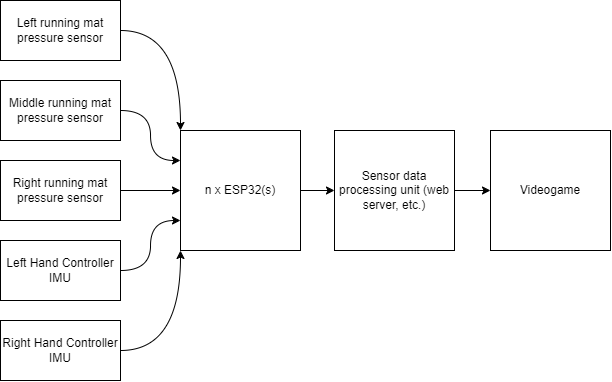
This is Drawing, Sketching, Planning/JnRI-Basic Architecture.png from Flex-Falk/Jump-n-Run-It, a draw.io export, as it was before one commit. Source tidied: cells renumbered, new cells last; positions are measured from the earlier drawing's top-left corner, leaving out a move shared by most shapes.
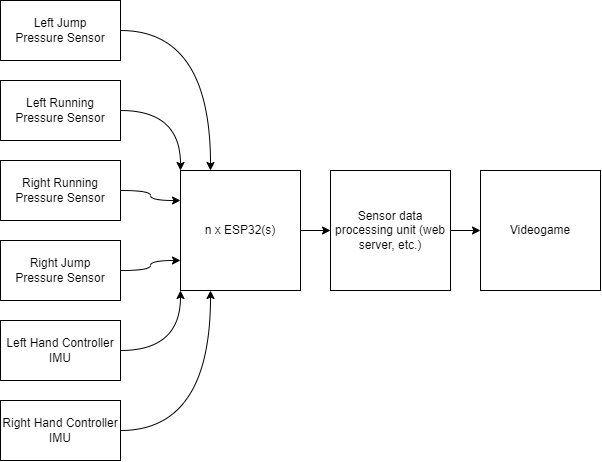
After the commit.

The edit, as a diff of the source:
```diff
@@ -2,50 +2,56 @@
   <root>
     <mxCell id="0" />
     <mxCell id="1" parent="0" />
-    <mxCell id="2" style="edgeStyle=orthogonalEdgeStyle;rounded=0;jettySize=auto;html=1;exitX=1;exitY=0.5;exitDx=0;exitDy=0;entryX=0;entryY=0;entryDx=0;entryDy=0;curved=1;" parent="1" edge="1" source="3" target="13">
+    <mxCell id="2" style="edgeStyle=orthogonalEdgeStyle;rounded=0;jettySize=auto;html=1;exitX=1;exitY=0.5;exitDx=0;exitDy=0;entryX=0.25;entryY=0;entryDx=0;entryDy=0;curved=1;" parent="1" edge="1" source="3" target="13">
       <mxGeometry relative="1" as="geometry" />
     </mxCell>
-    <mxCell id="3" value="Left running mat&lt;div&gt;pressure sensor&lt;br&gt;&lt;/div&gt;" style="rounded=0;whiteSpace=wrap;html=1;" parent="1" vertex="1">
+    <mxCell id="3" value="Left Jump&lt;div&gt;Pressure Sensor&lt;br&gt;&lt;/div&gt;" style="rounded=0;whiteSpace=wrap;html=1;" parent="1" vertex="1">
       <mxGeometry width="120" height="60" as="geometry" />
     </mxCell>
-    <mxCell id="4" style="edgeStyle=orthogonalEdgeStyle;rounded=0;jettySize=auto;html=1;exitX=1;exitY=0.5;exitDx=0;exitDy=0;entryX=0;entryY=0.5;entryDx=0;entryDy=0;curved=1;" parent="1" edge="1" source="5" target="13">
+    <mxCell id="4" style="edgeStyle=orthogonalEdgeStyle;rounded=0;jettySize=auto;html=1;exitX=1;exitY=0.5;exitDx=0;exitDy=0;entryX=0;entryY=0.25;entryDx=0;entryDy=0;curved=1;" parent="1" edge="1" source="5" target="13">
       <mxGeometry relative="1" as="geometry" />
     </mxCell>
-    <mxCell id="5" value="Right running mat&lt;div&gt;pressure sensor&lt;/div&gt;" style="rounded=0;whiteSpace=wrap;html=1;" parent="1" vertex="1">
+    <mxCell id="5" value="Right Running&lt;div style=&quot;border-color: var(--border-color);&quot;&gt;Pressure Sensor&lt;br&gt;&lt;/div&gt;" style="rounded=0;whiteSpace=wrap;html=1;" parent="1" vertex="1">
       <mxGeometry y="160" width="120" height="60" as="geometry" />
     </mxCell>
-    <mxCell id="6" style="edgeStyle=orthogonalEdgeStyle;rounded=0;jettySize=auto;html=1;exitX=1;exitY=0.5;exitDx=0;exitDy=0;entryX=0;entryY=0.25;entryDx=0;entryDy=0;curved=1;" parent="1" edge="1" source="7" target="13">
+    <mxCell id="6" style="edgeStyle=orthogonalEdgeStyle;rounded=0;jettySize=auto;html=1;exitX=1;exitY=0.5;exitDx=0;exitDy=0;entryX=0;entryY=0;entryDx=0;entryDy=0;curved=1;" parent="1" edge="1" source="7" target="13">
       <mxGeometry relative="1" as="geometry" />
     </mxCell>
-    <mxCell id="7" value="Middle running mat&lt;div&gt;pressure sensor&lt;br&gt;&lt;/div&gt;" style="rounded=0;whiteSpace=wrap;html=1;" parent="1" vertex="1">
+    <mxCell id="7" value="Left Running&lt;div&gt;Pressure Sensor&lt;br&gt;&lt;/div&gt;" style="rounded=0;whiteSpace=wrap;html=1;" parent="1" vertex="1">
       <mxGeometry y="80" width="120" height="60" as="geometry" />
     </mxCell>
-    <mxCell id="8" style="edgeStyle=orthogonalEdgeStyle;rounded=0;jettySize=auto;html=1;exitX=1;exitY=0.5;exitDx=0;exitDy=0;entryX=0;entryY=1;entryDx=0;entryDy=0;curved=1;" parent="1" edge="1" source="9" target="13">
+    <mxCell id="8" style="edgeStyle=orthogonalEdgeStyle;rounded=0;jettySize=auto;html=1;exitX=1;exitY=0.5;exitDx=0;exitDy=0;entryX=0.25;entryY=1;entryDx=0;entryDy=0;curved=1;" parent="1" edge="1" source="9" target="13">
       <mxGeometry relative="1" as="geometry" />
     </mxCell>
     <mxCell id="9" value="Right Hand Controller IMU" style="rounded=0;whiteSpace=wrap;html=1;" parent="1" vertex="1">
-      <mxGeometry y="320" width="120" height="60" as="geometry" />
+      <mxGeometry y="400" width="120" height="60" as="geometry" />
     </mxCell>
-    <mxCell id="10" style="edgeStyle=orthogonalEdgeStyle;rounded=0;jettySize=auto;html=1;exitX=1;exitY=0.5;exitDx=0;exitDy=0;entryX=0;entryY=0.75;entryDx=0;entryDy=0;curved=1;" parent="1" edge="1" source="11" target="13">
+    <mxCell id="10" style="edgeStyle=orthogonalEdgeStyle;rounded=0;jettySize=auto;html=1;exitX=1;exitY=0.5;exitDx=0;exitDy=0;entryX=0;entryY=1;entryDx=0;entryDy=0;curved=1;" parent="1" edge="1" source="11" target="13">
       <mxGeometry relative="1" as="geometry" />
     </mxCell>
     <mxCell id="11" value="Left Hand Controller IMU" style="rounded=0;whiteSpace=wrap;html=1;" parent="1" vertex="1">
-      <mxGeometry y="240" width="120" height="60" as="geometry" />
+      <mxGeometry y="320" width="120" height="60" as="geometry" />
     </mxCell>
     <mxCell id="12" style="edgeStyle=orthogonalEdgeStyle;rounded=0;jettySize=auto;html=1;exitX=1;exitY=0.5;exitDx=0;exitDy=0;entryX=0;entryY=0.5;entryDx=0;entryDy=0;" parent="1" edge="1" source="13" target="15">
       <mxGeometry relative="1" as="geometry" />
     </mxCell>
     <mxCell id="13" value="n x ESP32(s)" style="rounded=0;whiteSpace=wrap;html=1;" parent="1" vertex="1">
-      <mxGeometry x="180" y="130" width="120" height="120" as="geometry" />
+      <mxGeometry x="180" y="170" width="120" height="120" as="geometry" />
     </mxCell>
     <mxCell id="14" style="edgeStyle=orthogonalEdgeStyle;rounded=0;jettySize=auto;html=1;exitX=1;exitY=0.5;exitDx=0;exitDy=0;entryX=0;entryY=0.5;entryDx=0;entryDy=0;" parent="1" edge="1" source="15" target="16">
       <mxGeometry relative="1" as="geometry" />
     </mxCell>
     <mxCell id="15" value="Sensor data processing unit (web server, etc.)" style="rounded=0;whiteSpace=wrap;html=1;" parent="1" vertex="1">
-      <mxGeometry x="334" y="130" width="120" height="120" as="geometry" />
+      <mxGeometry x="330" y="170" width="120" height="120" as="geometry" />
     </mxCell>
     <mxCell id="16" value="Videogame" style="rounded=0;whiteSpace=wrap;html=1;" parent="1" vertex="1">
-      <mxGeometry x="490" y="130" width="120" height="120" as="geometry" />
+      <mxGeometry x="480" y="170" width="120" height="120" as="geometry" />
     </mxCell>
+    <mxCell id="17" style="edgeStyle=orthogonalEdgeStyle;rounded=0;jettySize=auto;html=1;exitX=1;exitY=0.5;exitDx=0;exitDy=0;entryX=0;entryY=0.75;entryDx=0;entryDy=0;curved=1;" parent="1" edge="1" source="18" target="13">
+      <mxGeometry relative="1" as="geometry" />
+    </mxCell>
+    <mxCell id="18" value="Right Jump&lt;div style=&quot;border-color: var(--border-color);&quot;&gt;Pressure Sensor&lt;br&gt;&lt;/div&gt;" style="rounded=0;whiteSpace=wrap;html=1;" parent="1" vertex="1">
+      <mxGeometry y="240" width="120" height="60" as="geometry" />
+    </mxCell>
   </root>
 </mxGraphModel>
```
